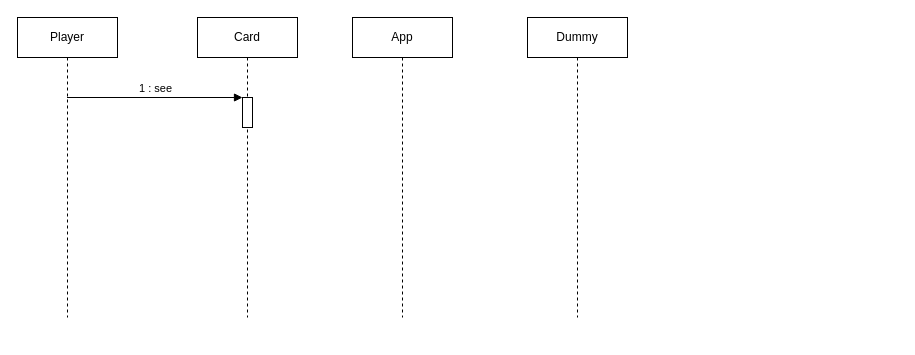
The draw.io diagram 제목 없는 다이어그램.drawio in tlMark/files, before the edit. Source tidied: cells renumbered, new cells numbered last; positions are measured from the earlier drawing's top-left corner, leaving out a move shared by most shapes. Both pictures are drawn from the tidied source at 100%, with x=0, y=0 at pixel (17, 17).
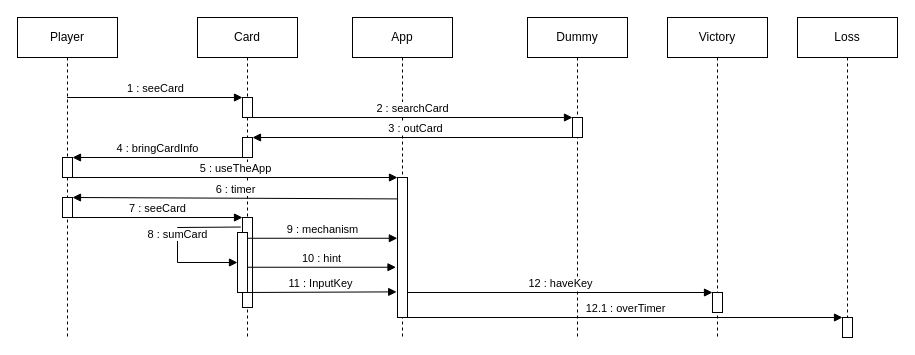
After the change.

Commit message:
제목 없는 다이어그램.drawio 업데이트

Change to the diagram source:
```diff
@@
     <mxCell id="2" value="Player" style="shape=umlLifeline;perimeter=lifelinePerimeter;whiteSpace=wrap;html=1;outlineConnect=0;portConstraint=eastwest;newEdgeStyle={&quot;edgeStyle&quot;:&quot;elbowEdgeStyle&quot;,&quot;elbow&quot;:&quot;vertical&quot;,&quot;curved&quot;:0,&quot;rounded&quot;:0};" parent="1" vertex="1">
-      <mxGeometry width="100" height="300" as="geometry" />
+      <mxGeometry width="100" height="320" as="geometry" />
     </mxCell>
     <mxCell id="3" value="Card" style="shape=umlLifeline;perimeter=lifelinePerimeter;whiteSpace=wrap;html=1;outlineConnect=0;portConstraint=eastwest;newEdgeStyle={&quot;edgeStyle&quot;:&quot;elbowEdgeStyle&quot;,&quot;elbow&quot;:&quot;vertical&quot;,&quot;curved&quot;:0,&quot;rounded&quot;:0};" parent="1" vertex="1">
-      <mxGeometry x="180" width="100" height="300" as="geometry" />
+      <mxGeometry x="180" width="100" height="320" as="geometry" />
     </mxCell>
     <mxCell id="4" value="App" style="shape=umlLifeline;perimeter=lifelinePerimeter;whiteSpace=wrap;html=1;newEdgeStyle={&quot;edgeStyle&quot;:&quot;elbowEdgeStyle&quot;,&quot;elbow&quot;:&quot;vertical&quot;,&quot;curved&quot;:0,&quot;rounded&quot;:0};" parent="1" vertex="1">
-      <mxGeometry x="335" width="100" height="300" as="geometry" />
+      <mxGeometry x="335" width="100" height="320" as="geometry" />
     </mxCell>
     <mxCell id="5" value="Dummy" style="shape=umlLifeline;perimeter=lifelinePerimeter;whiteSpace=wrap;html=1;outlineConnect=0;portConstraint=eastwest;newEdgeStyle={&quot;edgeStyle&quot;:&quot;elbowEdgeStyle&quot;,&quot;elbow&quot;:&quot;vertical&quot;,&quot;curved&quot;:0,&quot;rounded&quot;:0};" parent="1" vertex="1">
-      <mxGeometry x="510" width="100" height="300" as="geometry" />
+      <mxGeometry x="510" width="100" height="320" as="geometry" />
     </mxCell>
-    <mxCell id="6" value="1 : see" style="html=1;verticalAlign=bottom;endArrow=block;curved=0;rounded=0;entryX=0;entryY=0;entryDx=0;entryDy=0;" parent="1" edge="1" source="2" target="7">
+    <mxCell id="6" value="1 : seeCard" style="html=1;verticalAlign=bottom;endArrow=block;curved=0;rounded=0;entryX=0;entryY=0;entryDx=0;entryDy=0;" parent="1" edge="1" source="2" target="7">
       <mxGeometry relative="1" as="geometry" />
     </mxCell>
     <mxCell id="7" style="rounded=0;whiteSpace=wrap;html=1;" parent="1" vertex="1">
-      <mxGeometry x="225" y="80" width="10" height="30" as="geometry" />
+      <mxGeometry x="225" y="80" width="10" height="20" as="geometry" />
     </mxCell>
+    <mxCell id="8" style="rounded=0;whiteSpace=wrap;html=1;" parent="1" vertex="1">
+      <mxGeometry x="555" y="100" width="10" height="20" as="geometry" />
+    </mxCell>
+    <mxCell id="9" value="2 : searchCard" style="html=1;verticalAlign=bottom;endArrow=block;curved=0;rounded=0;entryX=0;entryY=0;entryDx=0;entryDy=0;exitX=1;exitY=1;exitDx=0;exitDy=0;" parent="1" edge="1" source="7" target="8">
+      <mxGeometry relative="1" as="geometry" />
+    </mxCell>
+    <mxCell id="10" style="rounded=0;whiteSpace=wrap;html=1;" parent="1" vertex="1">
+      <mxGeometry x="225" y="120" width="10" height="20" as="geometry" />
+    </mxCell>
+    <mxCell id="11" value="3 : outCard" style="html=1;verticalAlign=bottom;endArrow=block;curved=0;rounded=0;entryX=1;entryY=0;entryDx=0;entryDy=0;" parent="1" edge="1" source="5" target="10">
+      <mxGeometry relative="1" as="geometry" />
+    </mxCell>
+    <mxCell id="12" style="rounded=0;whiteSpace=wrap;html=1;" parent="1" vertex="1">
+      <mxGeometry x="45" y="140" width="10" height="20" as="geometry" />
+    </mxCell>
+    <mxCell id="13" value="4 : bringCardInfo" style="html=1;verticalAlign=bottom;endArrow=block;curved=0;rounded=0;entryX=1;entryY=0;entryDx=0;entryDy=0;exitX=0;exitY=1;exitDx=0;exitDy=0;" parent="1" edge="1" source="10" target="12">
+      <mxGeometry relative="1" as="geometry" />
+    </mxCell>
+    <mxCell id="14" style="rounded=0;whiteSpace=wrap;html=1;" parent="1" vertex="1">
+      <mxGeometry x="380" y="160" width="10" height="140" as="geometry" />
+    </mxCell>
+    <mxCell id="15" value="5 : useTheApp" style="html=1;verticalAlign=bottom;endArrow=block;curved=0;rounded=0;entryX=0;entryY=0;entryDx=0;entryDy=0;exitX=1;exitY=1;exitDx=0;exitDy=0;" parent="1" edge="1" source="12" target="14">
+      <mxGeometry relative="1" as="geometry" />
+    </mxCell>
+    <mxCell id="16" style="rounded=0;whiteSpace=wrap;html=1;" parent="1" vertex="1">
+      <mxGeometry x="45" y="180" width="10" height="20" as="geometry" />
+    </mxCell>
+    <mxCell id="17" value="6 : timer" style="html=1;verticalAlign=bottom;endArrow=block;curved=0;rounded=0;entryX=1;entryY=0;entryDx=0;entryDy=0;exitX=0.055;exitY=0.153;exitDx=0;exitDy=0;exitPerimeter=0;" parent="1" edge="1" source="14" target="16">
+      <mxGeometry relative="1" as="geometry" />
+    </mxCell>
+    <mxCell id="18" style="rounded=0;whiteSpace=wrap;html=1;" parent="1" vertex="1">
+      <mxGeometry x="225" y="200" width="10" height="90" as="geometry" />
+    </mxCell>
+    <mxCell id="19" value="7 : seeCard" style="html=1;verticalAlign=bottom;endArrow=block;curved=0;rounded=0;exitX=1;exitY=1;exitDx=0;exitDy=0;entryX=0;entryY=0;entryDx=0;entryDy=0;" parent="1" edge="1" source="16" target="18">
+      <mxGeometry relative="1" as="geometry" />
+    </mxCell>
+    <mxCell id="20" value="8 : sumCard" style="html=1;verticalAlign=bottom;endArrow=block;curved=0;rounded=0;exitX=-0.169;exitY=0.106;exitDx=0;exitDy=0;exitPerimeter=0;entryX=0;entryY=0.5;entryDx=0;entryDy=0;" parent="1" edge="1" source="18" target="21">
+      <mxGeometry relative="1" as="geometry">
+        <Array as="points">
+          <mxPoint x="160" y="210" />
+          <mxPoint x="160" y="245" />
+        </Array>
+      </mxGeometry>
+    </mxCell>
+    <mxCell id="21" style="rounded=0;whiteSpace=wrap;html=1;" parent="1" vertex="1">
+      <mxGeometry x="220" y="215" width="10" height="60" as="geometry" />
+    </mxCell>
+    <mxCell id="22" value="9 : mechanism" style="html=1;verticalAlign=bottom;endArrow=block;curved=0;rounded=0;entryX=-0.014;entryY=0.434;entryDx=0;entryDy=0;entryPerimeter=0;" parent="1" edge="1" source="3" target="14">
+      <mxGeometry relative="1" as="geometry" />
+    </mxCell>
+    <mxCell id="23" value="10 : hint" style="html=1;verticalAlign=bottom;endArrow=block;curved=0;rounded=0;entryX=-0.152;entryY=0.641;entryDx=0;entryDy=0;entryPerimeter=0;" parent="1" edge="1" source="3" target="14">
+      <mxGeometry relative="1" as="geometry" />
+    </mxCell>
+    <mxCell id="24" value="Victory" style="shape=umlLifeline;perimeter=lifelinePerimeter;whiteSpace=wrap;html=1;newEdgeStyle={&quot;edgeStyle&quot;:&quot;elbowEdgeStyle&quot;,&quot;elbow&quot;:&quot;vertical&quot;,&quot;curved&quot;:0,&quot;rounded&quot;:0};" parent="1" vertex="1">
+      <mxGeometry x="650" width="100" height="320" as="geometry" />
+    </mxCell>
+    <mxCell id="25" value="Loss" style="shape=umlLifeline;perimeter=lifelinePerimeter;whiteSpace=wrap;html=1;newEdgeStyle={&quot;edgeStyle&quot;:&quot;elbowEdgeStyle&quot;,&quot;elbow&quot;:&quot;vertical&quot;,&quot;curved&quot;:0,&quot;rounded&quot;:0};" parent="1" vertex="1">
+      <mxGeometry x="780" width="100" height="320" as="geometry" />
+    </mxCell>
+    <mxCell id="26" value="11 : InputKey" style="html=1;verticalAlign=bottom;endArrow=block;curved=0;rounded=0;entryX=-0.083;entryY=0.817;entryDx=0;entryDy=0;entryPerimeter=0;exitX=0.75;exitY=1;exitDx=0;exitDy=0;" parent="1" edge="1" source="21" target="14">
+      <mxGeometry relative="1" as="geometry" />
+    </mxCell>
+    <mxCell id="27" value="12 : haveKey" style="html=1;verticalAlign=bottom;endArrow=block;curved=0;rounded=0;entryX=0;entryY=0;entryDx=0;entryDy=0;exitX=0.75;exitY=1;exitDx=0;exitDy=0;" parent="1" edge="1" target="28">
+      <mxGeometry relative="1" as="geometry">
+        <mxPoint x="390" y="275" as="sourcePoint" />
+      </mxGeometry>
+    </mxCell>
+    <mxCell id="28" style="rounded=0;whiteSpace=wrap;html=1;" parent="1" vertex="1">
+      <mxGeometry x="695" y="275" width="10" height="20" as="geometry" />
+    </mxCell>
+    <mxCell id="29" style="rounded=0;whiteSpace=wrap;html=1;" parent="1" vertex="1">
+      <mxGeometry x="825" y="300" width="10" height="20" as="geometry" />
+    </mxCell>
+    <mxCell id="30" value="12.1 : overTimer" style="html=1;verticalAlign=bottom;endArrow=block;curved=0;rounded=0;exitX=1;exitY=1;exitDx=0;exitDy=0;entryX=0;entryY=0;entryDx=0;entryDy=0;" parent="1" edge="1" source="14" target="29">
+      <mxGeometry relative="1" as="geometry" />
+    </mxCell>
```
